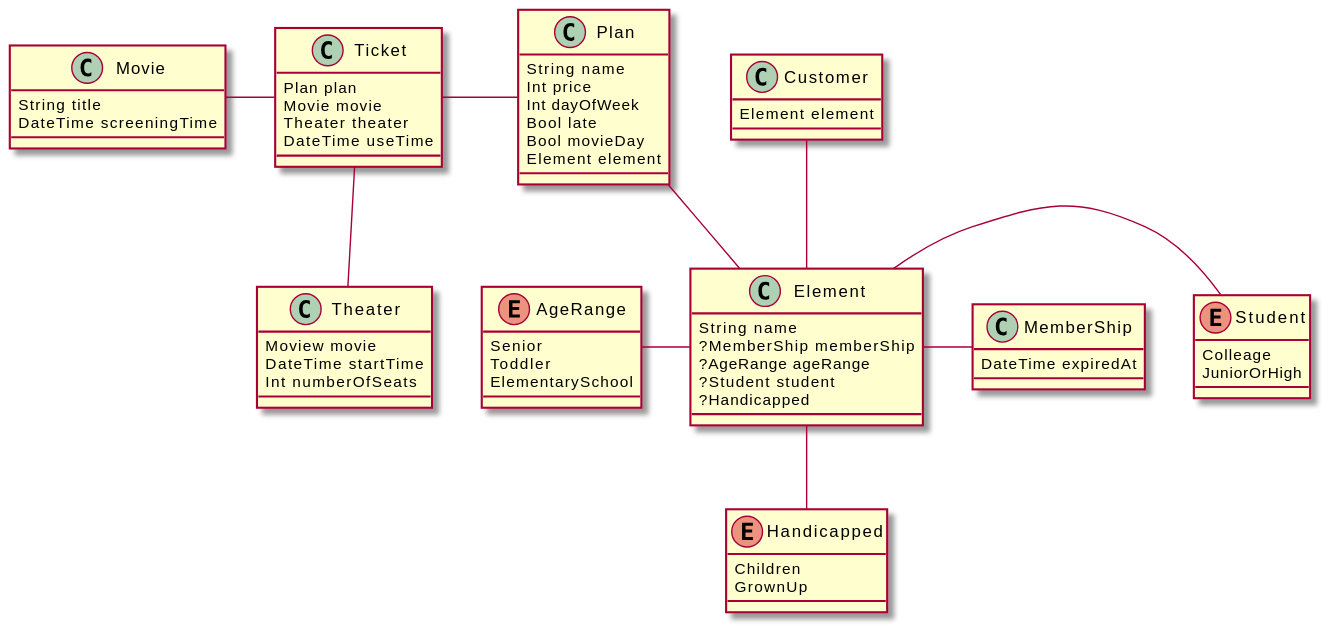
Earlier version of the PlantUML export docs/model.svg (mstysk/tickets-modeling). The source it was exported from:
```plantuml
@startuml
class Ticket {
    Plan plan
    Movie movie
    Theater theater
    DateTime useTime
}

class Movie {
    String title
    DateTime screeningTime
}

class Theater {
    Moview movie
    DateTime startTime
    Int numberOfSeats
}

class Element {
    String name
    ?MemberShip memberShip
    ?AgeRange ageRange
    ?Student student
    ?Handicapped
}

class MemberShip {
    DateTime expiredAt
}

enum Student {
    Colleage
    JuniorOrHigh
}

enum Handicapped {
    Children
    GrownUp
}

enum AgeRange {
    Senior
    Toddler
    ElementarySchool
}

class Plan {
    String name
    Int price
    Int dayOfWeek
    Bool late
    Bool movieDay
    Element element


}

class Customer {
    Element element
}

Ticket -right- Plan
Ticket -left- Movie
Ticket -down- Theater
Plan -- Element
Element - MemberShip
Element -left- AgeRange
Element -right- Student
Element -down- Handicapped
Customer -- Element
@enduml
```
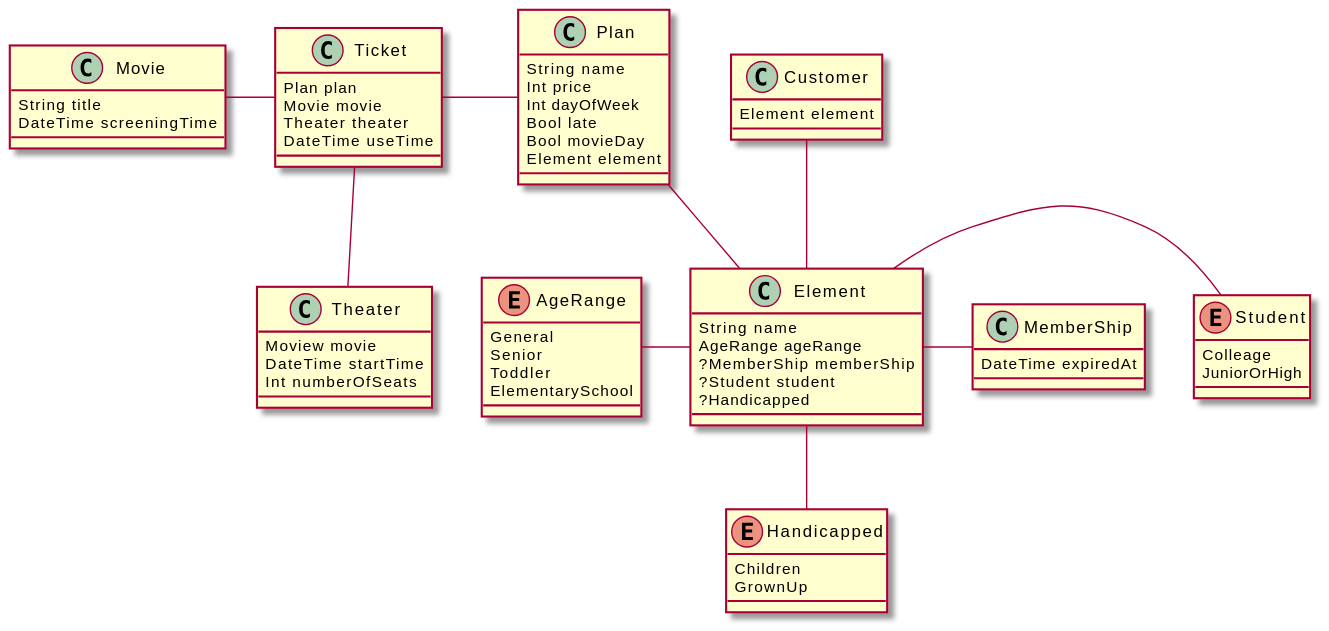
Above is the later version.

Commit message:
:thumbsup: update model

Diff of the diagram source:
```diff
@@ -19,8 +19,8 @@
 
 class Element {
     String name
+    AgeRange ageRange
     ?MemberShip memberShip
-    ?AgeRange ageRange
     ?Student student
     ?Handicapped
 }
@@ -40,6 +40,7 @@
 }
 
 enum AgeRange {
+    General
     Senior
     Toddler
     ElementarySchool
@@ -52,8 +53,6 @@
     Bool late
     Bool movieDay
     Element element
-
-
 }
 
 class Customer {
```
